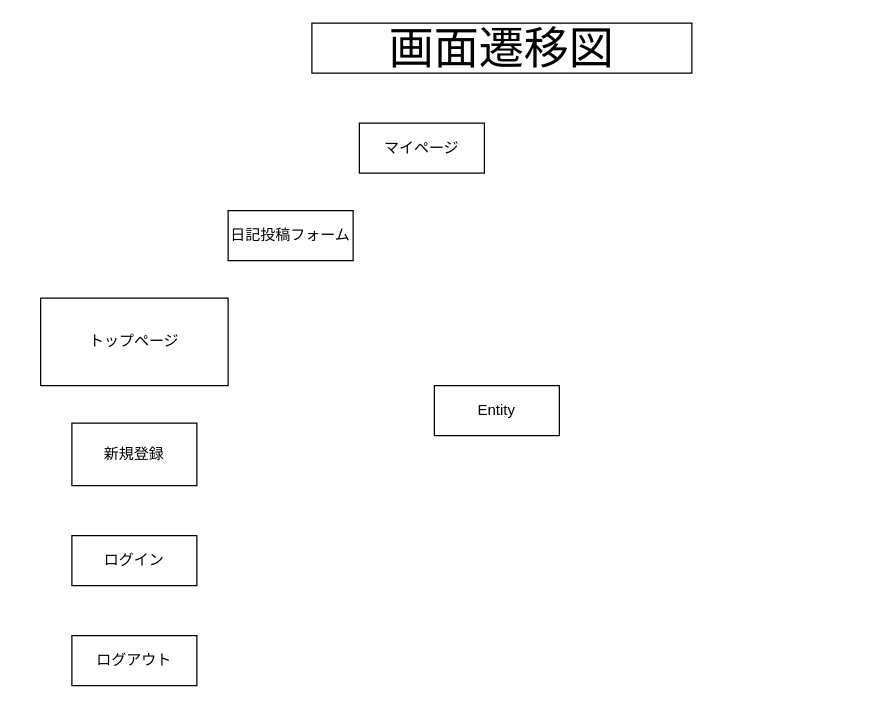
This is page "ページ2" (2 of 2) of ER.dio from outputonlypunch2020xx/dialish, a draw.io file, before an edit. Source tidied: cells renumbered, new cells numbered last; positions are measured from the earlier drawing's top-left corner, leaving out a move shared by most shapes. Both pictures are drawn from the tidied source at 125%, with x=0, y=0 at pixel (40, 22).
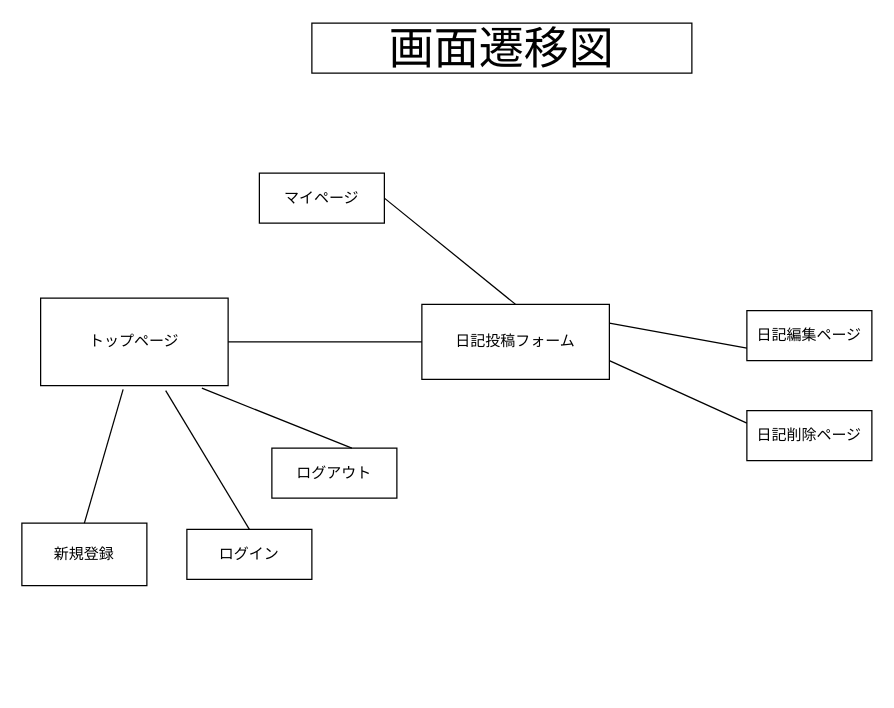
The same page after the edit.

What changed in the source:
```diff
@@
 <mxGraphModel>
   <root>
     <mxCell id="0" />
     <mxCell id="1" parent="0" />
     <mxCell id="2" value="&lt;font style=&quot;font-size: 36px&quot;&gt;画面遷移図&lt;/font&gt;" style="whiteSpace=wrap;html=1;align=center;" parent="1" vertex="1">
       <mxGeometry x="217" width="304" height="40" as="geometry" />
     </mxCell>
     <mxCell id="3" value="トップページ" style="whiteSpace=wrap;html=1;align=center;" parent="1" vertex="1">
       <mxGeometry y="220" width="150" height="70" as="geometry" />
     </mxCell>
     <mxCell id="4" value="新規登録" style="whiteSpace=wrap;html=1;align=center;" parent="1" vertex="1">
-      <mxGeometry x="25" y="320" width="100" height="50" as="geometry" />
+      <mxGeometry x="-15" y="400" width="100" height="50" as="geometry" />
     </mxCell>
     <mxCell id="5" value="ログイン" style="whiteSpace=wrap;html=1;align=center;" parent="1" vertex="1">
-      <mxGeometry x="25" y="410" width="100" height="40" as="geometry" />
+      <mxGeometry x="117" y="405" width="100" height="40" as="geometry" />
     </mxCell>
     <mxCell id="6" value="ログアウト" style="whiteSpace=wrap;html=1;align=center;" parent="1" vertex="1">
-      <mxGeometry x="25" y="490" width="100" height="40" as="geometry" />
+      <mxGeometry x="185" y="340" width="100" height="40" as="geometry" />
     </mxCell>
     <mxCell id="7" value="マイページ" style="whiteSpace=wrap;html=1;align=center;" parent="1" vertex="1">
-      <mxGeometry x="255" y="80" width="100" height="40" as="geometry" />
+      <mxGeometry x="175" y="120" width="100" height="40" as="geometry" />
     </mxCell>
     <mxCell id="8" value="日記投稿フォーム" style="whiteSpace=wrap;html=1;align=center;" parent="1" vertex="1">
-      <mxGeometry x="150" y="150" width="100" height="40" as="geometry" />
+      <mxGeometry x="305" y="225" width="150" height="60" as="geometry" />
     </mxCell>
-    <mxCell id="9" value="Entity" style="whiteSpace=wrap;html=1;align=center;" parent="1" vertex="1">
-      <mxGeometry x="315" y="290" width="100" height="40" as="geometry" />
+    <mxCell id="9" value="日記編集ページ" style="whiteSpace=wrap;html=1;align=center;" parent="1" vertex="1">
+      <mxGeometry x="565" y="230" width="100" height="40" as="geometry" />
     </mxCell>
+    <mxCell id="10" value="日記削除ページ" style="whiteSpace=wrap;html=1;align=center;" parent="1" vertex="1">
+      <mxGeometry x="565" y="310" width="100" height="40" as="geometry" />
+    </mxCell>
+    <mxCell id="11" style="endArrow=none;html=1;rounded=0;exitX=0.44;exitY=1.043;exitDx=0;exitDy=0;exitPerimeter=0;entryX=0.5;entryY=0;entryDx=0;entryDy=0;" parent="1" edge="1" source="3" target="4">
+      <mxGeometry relative="1" as="geometry" />
+    </mxCell>
+    <mxCell id="12" style="endArrow=none;html=1;rounded=0;exitX=0.667;exitY=1.057;exitDx=0;exitDy=0;exitPerimeter=0;entryX=0.5;entryY=0;entryDx=0;entryDy=0;" parent="1" edge="1" source="3" target="5">
+      <mxGeometry relative="1" as="geometry" />
+    </mxCell>
+    <mxCell id="13" style="endArrow=none;html=1;rounded=0;exitX=0.86;exitY=1.029;exitDx=0;exitDy=0;exitPerimeter=0;entryX=0.64;entryY=0;entryDx=0;entryDy=0;entryPerimeter=0;" parent="1" edge="1" source="3" target="6">
+      <mxGeometry relative="1" as="geometry" />
+    </mxCell>
+    <mxCell id="14" style="endArrow=none;html=1;rounded=0;exitX=1;exitY=0.5;exitDx=0;exitDy=0;entryX=0;entryY=0.5;entryDx=0;entryDy=0;" parent="1" edge="1" source="3" target="8">
+      <mxGeometry relative="1" as="geometry" />
+    </mxCell>
+    <mxCell id="15" style="endArrow=none;html=1;rounded=0;exitX=1;exitY=0.5;exitDx=0;exitDy=0;entryX=0.5;entryY=0;entryDx=0;entryDy=0;" parent="1" edge="1" source="7" target="8">
+      <mxGeometry relative="1" as="geometry" />
+    </mxCell>
+    <mxCell id="16" style="endArrow=none;html=1;rounded=0;entryX=0;entryY=0.75;entryDx=0;entryDy=0;exitX=1;exitY=0.25;exitDx=0;exitDy=0;" parent="1" edge="1" source="8" target="9">
+      <mxGeometry relative="1" as="geometry" />
+    </mxCell>
+    <mxCell id="17" style="endArrow=none;html=1;rounded=0;entryX=0;entryY=0.25;entryDx=0;entryDy=0;exitX=1;exitY=0.75;exitDx=0;exitDy=0;" parent="1" edge="1" source="8" target="10">
+      <mxGeometry relative="1" as="geometry" />
+    </mxCell>
   </root>
 </mxGraphModel>
```
